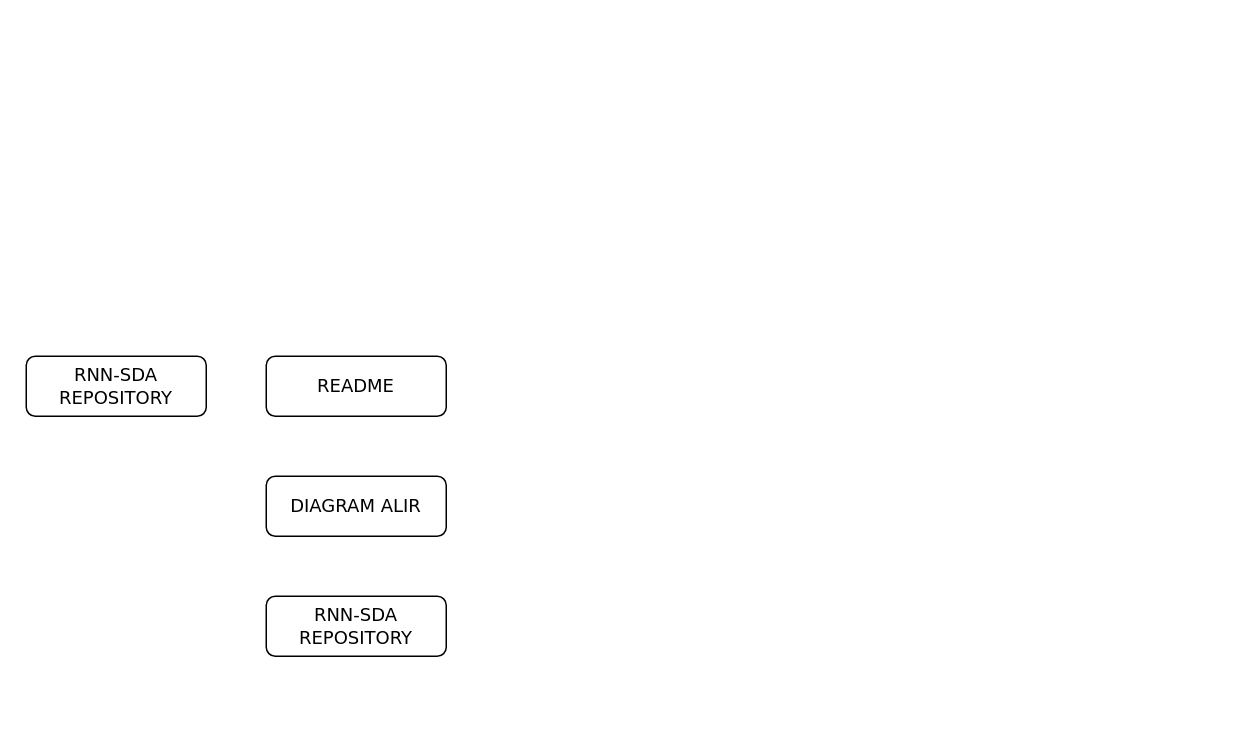
Before: diagram/struktur_repo.drawio in taruma/vivaldi, a draw.io diagram. Source tidied: cells renumbered, new cells numbered last; positions are measured from the earlier drawing's top-left corner, leaving out a move shared by most shapes. Both pictures are drawn from the tidied source at 150%, with x=0, y=0 at pixel (26, 356).
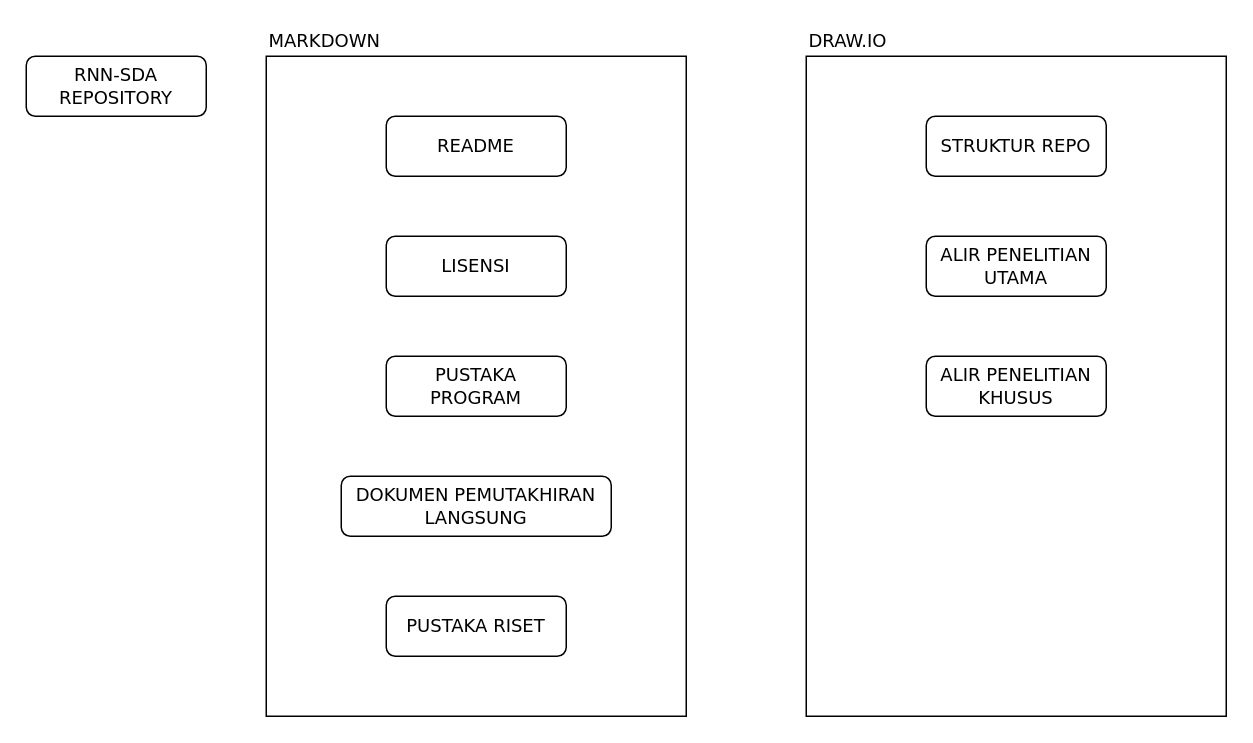
The same page after the edit.

Change to the diagram source:
```diff
@@
 <mxGraphModel>
   <root>
     <mxCell id="0" />
     <mxCell id="1" parent="0" />
+    <mxCell id="6" style="rounded=0;whiteSpace=wrap;html=1;fillColor=none;" parent="1" vertex="1">
+      <mxGeometry x="160" y="-200" width="280" height="440" as="geometry" />
+    </mxCell>
     <mxCell id="2" value="RNN-SDA REPOSITORY" style="rounded=1;whiteSpace=wrap;html=1;fontFamily=Verdana;" parent="1" vertex="1">
-      <mxGeometry width="120" height="40" as="geometry" />
+      <mxGeometry y="-200" width="120" height="40" as="geometry" />
     </mxCell>
     <mxCell id="3" value="README" style="rounded=1;whiteSpace=wrap;html=1;fontFamily=Verdana;" parent="1" vertex="1">
-      <mxGeometry x="160" width="120" height="40" as="geometry" />
+      <mxGeometry x="240" y="-160" width="120" height="40" as="geometry" />
     </mxCell>
-    <mxCell id="4" value="DIAGRAM ALIR" style="rounded=1;whiteSpace=wrap;html=1;fontFamily=Verdana;" parent="1" vertex="1">
-      <mxGeometry x="160" y="80" width="120" height="40" as="geometry" />
+    <mxCell id="4" value="DOKUMEN PEMUTAKHIRAN LANGSUNG" style="rounded=1;whiteSpace=wrap;html=1;fontFamily=Verdana;" parent="1" vertex="1">
+      <mxGeometry x="210" y="80" width="180" height="40" as="geometry" />
     </mxCell>
-    <mxCell id="5" value="RNN-SDA REPOSITORY" style="rounded=1;whiteSpace=wrap;html=1;fontFamily=Verdana;" parent="1" vertex="1">
-      <mxGeometry x="160" y="160" width="120" height="40" as="geometry" />
+    <mxCell id="5" value="LISENSI" style="rounded=1;whiteSpace=wrap;html=1;fontFamily=Verdana;" parent="1" vertex="1">
+      <mxGeometry x="240" y="-80" width="120" height="40" as="geometry" />
     </mxCell>
+    <mxCell id="7" value="MARKDOWN" style="text;html=1;strokeColor=none;fillColor=none;align=left;verticalAlign=middle;whiteSpace=wrap;rounded=0;fontFamily=Verdana;" parent="1" vertex="1">
+      <mxGeometry x="160" y="-220" width="80" height="20" as="geometry" />
+    </mxCell>
+    <mxCell id="8" value="PUSTAKA PROGRAM" style="rounded=1;whiteSpace=wrap;html=1;fontFamily=Verdana;" parent="1" vertex="1">
+      <mxGeometry x="240" width="120" height="40" as="geometry" />
+    </mxCell>
+    <mxCell id="9" value="PUSTAKA RISET" style="rounded=1;whiteSpace=wrap;html=1;fontFamily=Verdana;" parent="1" vertex="1">
+      <mxGeometry x="240" y="160" width="120" height="40" as="geometry" />
+    </mxCell>
+    <mxCell id="10" style="rounded=0;whiteSpace=wrap;html=1;fillColor=none;" parent="1" vertex="1">
+      <mxGeometry x="520" y="-200" width="280" height="440" as="geometry" />
+    </mxCell>
+    <mxCell id="11" value="DRAW.IO" style="text;html=1;strokeColor=none;fillColor=none;align=left;verticalAlign=middle;whiteSpace=wrap;rounded=0;fontFamily=Verdana;" parent="1" vertex="1">
+      <mxGeometry x="520" y="-220" width="80" height="20" as="geometry" />
+    </mxCell>
+    <mxCell id="12" value="STRUKTUR REPO" style="rounded=1;whiteSpace=wrap;html=1;fontFamily=Verdana;" parent="1" vertex="1">
+      <mxGeometry x="600" y="-160" width="120" height="40" as="geometry" />
+    </mxCell>
+    <mxCell id="13" value="ALIR PENELITIAN UTAMA" style="rounded=1;whiteSpace=wrap;html=1;fontFamily=Verdana;" parent="1" vertex="1">
+      <mxGeometry x="600" y="-80" width="120" height="40" as="geometry" />
+    </mxCell>
+    <mxCell id="14" value="ALIR PENELITIAN KHUSUS" style="rounded=1;whiteSpace=wrap;html=1;fontFamily=Verdana;" parent="1" vertex="1">
+      <mxGeometry x="600" width="120" height="40" as="geometry" />
+    </mxCell>
   </root>
 </mxGraphModel>
```
